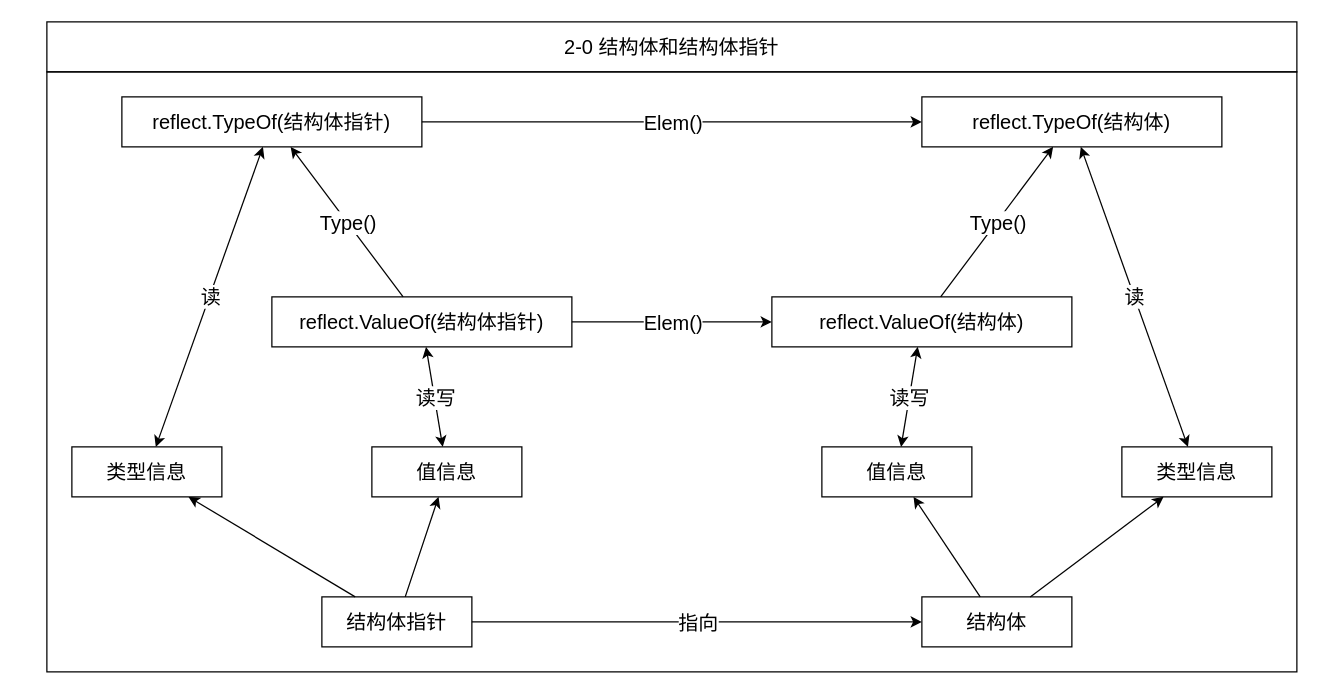
Before: drawio/computer-science/programming-language/golang/reflect.drawio in KelipuTe/note, a draw.io diagram. Source tidied: cells renumbered, new cells numbered last; positions are measured from the earlier drawing's top-left corner, leaving out a move shared by most shapes. Both pictures are drawn from the tidied source at 125%, with x=0, y=0 at pixel (46, 21).
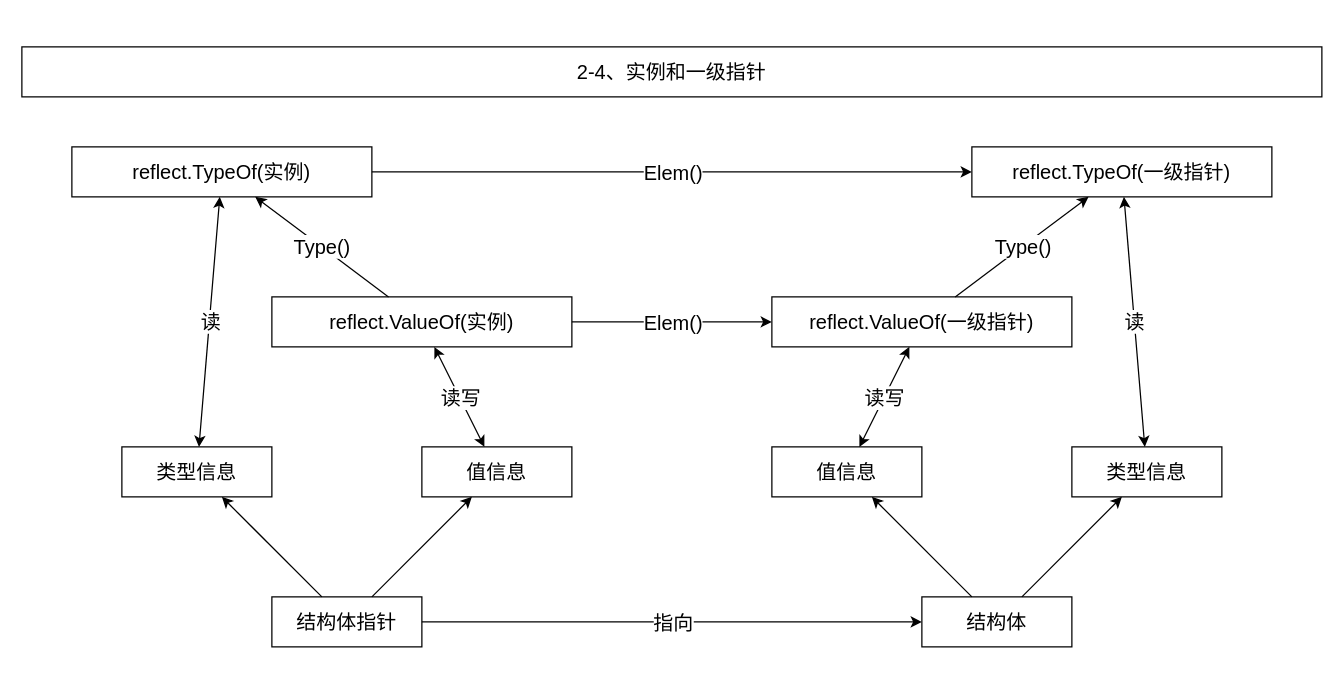
Above is the later version.

Commit message (it also covers changes not shown here):
review, reflect

Unchanged cells that the change refers to:
```xml
<mxCell id="5" value="结构体" style="rounded=0;whiteSpace=wrap;html=1;fillColor=none;fontSize=16;" parent="1" vertex="1">
  <mxGeometry x="700" y="460" width="120" height="40" as="geometry" />
</mxCell>
```

What changed in the source:
```diff
@@
-    <mxCell id="2" value="reflect.TypeOf(结构体指针)" style="rounded=0;whiteSpace=wrap;html=1;fillColor=none;fontSize=16;" parent="1" vertex="1">
-      <mxGeometry x="60" y="60" width="240" height="40" as="geometry" />
-    </mxCell>
-    <mxCell id="3" value="reflect.TypeOf(结构体)" style="rounded=0;whiteSpace=wrap;html=1;fillColor=none;fontSize=16;" parent="1" vertex="1">
-      <mxGeometry x="700" y="60" width="240" height="40" as="geometry" />
-    </mxCell>
+    <mxCell id="36" value="reflect.TypeOf(实例)" style="rounded=0;whiteSpace=wrap;html=1;fillColor=none;fontSize=16;" parent="1" vertex="1">
+      <mxGeometry x="20" y="100" width="240" height="40" as="geometry" />
+    </mxCell>
+    <mxCell id="37" value="reflect.TypeOf(一级指针)" style="rounded=0;whiteSpace=wrap;html=1;fillColor=none;fontSize=16;" parent="1" vertex="1">
+      <mxGeometry x="740" y="100" width="240" height="40" as="geometry" />
+    </mxCell>
     <mxCell id="4" value="结构体指针" style="rounded=0;whiteSpace=wrap;html=1;fillColor=none;fontSize=16;" parent="1" vertex="1">
-      <mxGeometry x="220" y="460" width="120" height="40" as="geometry" />
+      <mxGeometry x="180" y="460" width="120" height="40" as="geometry" />
     </mxCell>
@@
-    <mxCell id="6" value="类型信息" style="rounded=0;whiteSpace=wrap;html=1;fillColor=none;fontSize=16;" parent="1" vertex="1">
-      <mxGeometry x="20" y="340" width="120" height="40" as="geometry" />
-    </mxCell>
-    <mxCell id="7" value="值信息" style="rounded=0;whiteSpace=wrap;html=1;fillColor=none;fontSize=16;" parent="1" vertex="1">
-      <mxGeometry x="260" y="340" width="120" height="40" as="geometry" />
-    </mxCell>
-    <mxCell id="8" value="类型信息" style="rounded=0;whiteSpace=wrap;html=1;fillColor=none;fontSize=16;" parent="1" vertex="1">
-      <mxGeometry x="860" y="340" width="120" height="40" as="geometry" />
-    </mxCell>
-    <mxCell id="9" value="值信息" style="rounded=0;whiteSpace=wrap;html=1;fillColor=none;fontSize=16;" parent="1" vertex="1">
-      <mxGeometry x="620" y="340" width="120" height="40" as="geometry" />
-    </mxCell>
-    <mxCell id="10" value="reflect.ValueOf(结构体指针)" style="rounded=0;whiteSpace=wrap;html=1;fillColor=none;fontSize=16;" parent="1" vertex="1">
-      <mxGeometry x="180" y="220" width="240" height="40" as="geometry" />
-    </mxCell>
-    <mxCell id="11" style="rounded=0;jettySize=auto;html=1;fontSize=16;startArrow=classic;startFill=1;" parent="1" edge="1" source="13" target="9">
-      <mxGeometry relative="1" as="geometry" />
-    </mxCell>
-    <mxCell id="12" value="读写" style="edgeLabel;html=1;align=center;verticalAlign=middle;fontSize=16;" parent="11" vertex="1">
-      <mxGeometry relative="1" as="geometry" />
-    </mxCell>
-    <mxCell id="13" value="reflect.ValueOf(结构体)" style="rounded=0;whiteSpace=wrap;html=1;fillColor=none;fontSize=16;" parent="1" vertex="1">
-      <mxGeometry x="580" y="220" width="240" height="40" as="geometry" />
-    </mxCell>
-    <mxCell id="14" style="rounded=0;jettySize=auto;html=1;fontSize=16;startArrow=classic;startFill=1;" parent="1" edge="1" source="10" target="7">
-      <mxGeometry relative="1" as="geometry" />
-    </mxCell>
-    <mxCell id="15" value="读写" style="edgeLabel;html=1;align=center;verticalAlign=middle;fontSize=16;" parent="14" vertex="1">
-      <mxGeometry relative="1" as="geometry" />
-    </mxCell>
-    <mxCell id="16" style="rounded=0;jettySize=auto;html=1;fontSize=16;startArrow=classic;startFill=1;" parent="1" edge="1" source="3" target="8">
-      <mxGeometry relative="1" as="geometry" />
-    </mxCell>
-    <mxCell id="17" value="读" style="edgeLabel;html=1;align=center;verticalAlign=middle;fontSize=16;" parent="16" vertex="1">
-      <mxGeometry relative="1" as="geometry" />
-    </mxCell>
-    <mxCell id="18" style="rounded=0;jettySize=auto;html=1;fontSize=16;startArrow=classic;startFill=1;" parent="1" edge="1" source="2" target="6">
-      <mxGeometry relative="1" as="geometry" />
-    </mxCell>
-    <mxCell id="19" value="读" style="edgeLabel;html=1;align=center;verticalAlign=middle;fontSize=16;" parent="18" vertex="1">
-      <mxGeometry relative="1" as="geometry" />
-    </mxCell>
-    <mxCell id="20" style="endArrow=classic;html=1;rounded=0;fontSize=16;" parent="1" edge="1" source="4" target="6">
-      <mxGeometry relative="1" as="geometry" />
-    </mxCell>
-    <mxCell id="21" style="endArrow=classic;html=1;rounded=0;fontSize=16;" parent="1" edge="1" source="4" target="7">
-      <mxGeometry relative="1" as="geometry" />
-    </mxCell>
-    <mxCell id="22" style="endArrow=classic;html=1;rounded=0;fontSize=16;" parent="1" edge="1" source="10" target="2">
-      <mxGeometry relative="1" as="geometry" />
-    </mxCell>
-    <mxCell id="23" value="Type()" style="edgeLabel;html=1;align=center;verticalAlign=middle;fontSize=16;" parent="22" vertex="1">
-      <mxGeometry relative="1" as="geometry" />
-    </mxCell>
-    <mxCell id="24" style="endArrow=classic;html=1;rounded=0;fontSize=16;" parent="1" edge="1" source="13" target="3">
-      <mxGeometry relative="1" as="geometry" />
-    </mxCell>
-    <mxCell id="25" value="Type()" style="edgeLabel;html=1;align=center;verticalAlign=middle;fontSize=16;" parent="24" vertex="1">
-      <mxGeometry relative="1" as="geometry" />
-    </mxCell>
-    <mxCell id="26" style="endArrow=classic;html=1;rounded=0;fontSize=16;" parent="1" edge="1" source="2" target="3">
-      <mxGeometry relative="1" as="geometry" />
-    </mxCell>
-    <mxCell id="27" value="Elem()" style="edgeLabel;html=1;align=center;verticalAlign=middle;fontSize=16;" parent="26" vertex="1">
-      <mxGeometry relative="1" as="geometry" />
-    </mxCell>
-    <mxCell id="28" style="endArrow=classic;html=1;rounded=0;fontSize=16;" parent="1" edge="1" source="10" target="13">
-      <mxGeometry relative="1" as="geometry" />
-    </mxCell>
-    <mxCell id="29" value="Elem()" style="edgeLabel;html=1;align=center;verticalAlign=middle;fontSize=16;" parent="28" vertex="1">
-      <mxGeometry relative="1" as="geometry" />
-    </mxCell>
-    <mxCell id="30" style="endArrow=classic;html=1;rounded=0;fontSize=16;" parent="1" edge="1" source="5" target="9">
-      <mxGeometry relative="1" as="geometry" />
-    </mxCell>
-    <mxCell id="31" style="endArrow=classic;html=1;rounded=0;fontSize=16;" parent="1" edge="1" source="5" target="8">
-      <mxGeometry relative="1" as="geometry" />
-    </mxCell>
+    <mxCell id="38" value="类型信息" style="rounded=0;whiteSpace=wrap;html=1;fillColor=none;fontSize=16;" parent="1" vertex="1">
+      <mxGeometry x="60" y="340" width="120" height="40" as="geometry" />
+    </mxCell>
+    <mxCell id="39" value="值信息" style="rounded=0;whiteSpace=wrap;html=1;fillColor=none;fontSize=16;" parent="1" vertex="1">
+      <mxGeometry x="300" y="340" width="120" height="40" as="geometry" />
+    </mxCell>
+    <mxCell id="40" value="类型信息" style="rounded=0;whiteSpace=wrap;html=1;fillColor=none;fontSize=16;" parent="1" vertex="1">
+      <mxGeometry x="820" y="340" width="120" height="40" as="geometry" />
+    </mxCell>
+    <mxCell id="41" value="值信息" style="rounded=0;whiteSpace=wrap;html=1;fillColor=none;fontSize=16;" parent="1" vertex="1">
+      <mxGeometry x="580" y="340" width="120" height="40" as="geometry" />
+    </mxCell>
+    <mxCell id="42" value="reflect.ValueOf(实例)" style="rounded=0;whiteSpace=wrap;html=1;fillColor=none;fontSize=16;" parent="1" vertex="1">
+      <mxGeometry x="180" y="220" width="240" height="40" as="geometry" />
+    </mxCell>
+    <mxCell id="43" style="rounded=0;jettySize=auto;html=1;fontSize=16;startArrow=classic;startFill=1;" parent="1" edge="1" source="45" target="41">
+      <mxGeometry relative="1" as="geometry" />
+    </mxCell>
+    <mxCell id="44" value="读写" style="edgeLabel;html=1;align=center;verticalAlign=middle;fontSize=16;" parent="43" vertex="1">
+      <mxGeometry relative="1" as="geometry" />
+    </mxCell>
+    <mxCell id="45" value="reflect.ValueOf(一级指针)" style="rounded=0;whiteSpace=wrap;html=1;fillColor=none;fontSize=16;" parent="1" vertex="1">
+      <mxGeometry x="580" y="220" width="240" height="40" as="geometry" />
+    </mxCell>
+    <mxCell id="46" style="rounded=0;jettySize=auto;html=1;fontSize=16;startArrow=classic;startFill=1;" parent="1" edge="1" source="42" target="39">
+      <mxGeometry relative="1" as="geometry" />
+    </mxCell>
+    <mxCell id="47" value="读写" style="edgeLabel;html=1;align=center;verticalAlign=middle;fontSize=16;" parent="46" vertex="1">
+      <mxGeometry relative="1" as="geometry" />
+    </mxCell>
+    <mxCell id="48" style="rounded=0;jettySize=auto;html=1;fontSize=16;startArrow=classic;startFill=1;" parent="1" edge="1" source="37" target="40">
+      <mxGeometry relative="1" as="geometry" />
+    </mxCell>
+    <mxCell id="49" value="读" style="edgeLabel;html=1;align=center;verticalAlign=middle;fontSize=16;" parent="48" vertex="1">
+      <mxGeometry relative="1" as="geometry" />
+    </mxCell>
+    <mxCell id="50" style="rounded=0;jettySize=auto;html=1;fontSize=16;startArrow=classic;startFill=1;" parent="1" edge="1" source="36" target="38">
+      <mxGeometry relative="1" as="geometry" />
+    </mxCell>
+    <mxCell id="51" value="读" style="edgeLabel;html=1;align=center;verticalAlign=middle;fontSize=16;" parent="50" vertex="1">
+      <mxGeometry relative="1" as="geometry" />
+    </mxCell>
+    <mxCell id="52" style="endArrow=classic;html=1;rounded=0;fontSize=16;" parent="1" edge="1" source="4" target="38">
+      <mxGeometry relative="1" as="geometry" />
+    </mxCell>
+    <mxCell id="53" style="endArrow=classic;html=1;rounded=0;fontSize=16;" parent="1" edge="1" source="4" target="39">
+      <mxGeometry relative="1" as="geometry" />
+    </mxCell>
+    <mxCell id="54" style="endArrow=classic;html=1;rounded=0;fontSize=16;" parent="1" edge="1" source="42" target="36">
+      <mxGeometry relative="1" as="geometry" />
+    </mxCell>
+    <mxCell id="55" value="Type()" style="edgeLabel;html=1;align=center;verticalAlign=middle;fontSize=16;" parent="54" vertex="1">
+      <mxGeometry relative="1" as="geometry" />
+    </mxCell>
+    <mxCell id="56" style="endArrow=classic;html=1;rounded=0;fontSize=16;" parent="1" edge="1" source="45" target="37">
+      <mxGeometry relative="1" as="geometry" />
+    </mxCell>
+    <mxCell id="57" value="Type()" style="edgeLabel;html=1;align=center;verticalAlign=middle;fontSize=16;" parent="56" vertex="1">
+      <mxGeometry relative="1" as="geometry" />
+    </mxCell>
+    <mxCell id="58" style="endArrow=classic;html=1;rounded=0;fontSize=16;" parent="1" edge="1" source="36" target="37">
+      <mxGeometry relative="1" as="geometry" />
+    </mxCell>
+    <mxCell id="59" value="Elem()" style="edgeLabel;html=1;align=center;verticalAlign=middle;fontSize=16;" parent="58" vertex="1">
+      <mxGeometry relative="1" as="geometry" />
+    </mxCell>
+    <mxCell id="60" style="endArrow=classic;html=1;rounded=0;fontSize=16;" parent="1" edge="1" source="42" target="45">
+      <mxGeometry relative="1" as="geometry" />
+    </mxCell>
+    <mxCell id="61" value="Elem()" style="edgeLabel;html=1;align=center;verticalAlign=middle;fontSize=16;" parent="60" vertex="1">
+      <mxGeometry relative="1" as="geometry" />
+    </mxCell>
+    <mxCell id="62" style="endArrow=classic;html=1;rounded=0;fontSize=16;" parent="1" edge="1" source="5" target="41">
+      <mxGeometry relative="1" as="geometry" />
+    </mxCell>
+    <mxCell id="63" style="endArrow=classic;html=1;rounded=0;fontSize=16;" parent="1" edge="1" source="5" target="40">
+      <mxGeometry relative="1" as="geometry" />
+    </mxCell>
@@
-    <mxCell id="34" style="rounded=0;whiteSpace=wrap;html=1;fontSize=16;fillColor=none;" parent="1" vertex="1">
-      <mxGeometry y="40" width="1000" height="480" as="geometry" />
-    </mxCell>
-    <mxCell id="35" value="2-0 结构体和结构体指针" style="rounded=0;whiteSpace=wrap;html=1;fontSize=16;fillColor=none;" parent="1" vertex="1">
-      <mxGeometry width="1000" height="40" as="geometry" />
-    </mxCell>
+    <mxCell id="64" value="2-4、实例和一级指针" style="rounded=0;whiteSpace=wrap;html=1;fontSize=16;fillColor=none;" parent="1" vertex="1">
+      <mxGeometry x="-20" y="20" width="1040" height="40" as="geometry" />
+    </mxCell>
```
